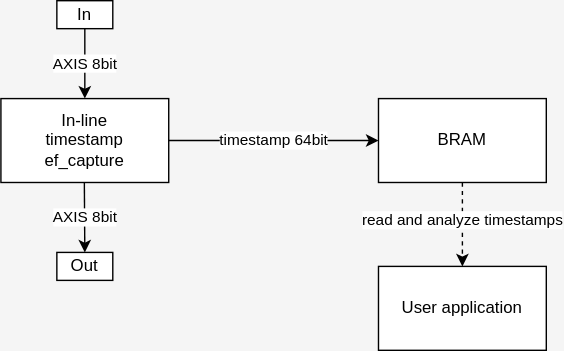
Earlier version of the draw.io export docs/ef_capture/img/throughput_measurement_diagram.drawio.svg (CCIRT/aist-tsn-efcc). Source tidied: cells renumbered, new cells last; positions are measured from the earlier drawing's top-left corner, leaving out a move shared by most shapes. Its diagram source:
```xml
<mxGraphModel background="#F5F5F5">
  <root>
    <mxCell id="0" />
    <mxCell id="1" parent="0" />
    <mxCell id="2" value="In-line&lt;br&gt;timestamp&lt;br&gt;recorder" style="rounded=0;whiteSpace=wrap;html=1;" parent="1" vertex="1">
      <mxGeometry y="70" width="120" height="60" as="geometry" />
    </mxCell>
    <mxCell id="3" value="AXIS 8bit" style="endArrow=classic;html=1;rounded=0;entryX=0.5;entryY=0;entryDx=0;entryDy=0;startArrow=none;" parent="1" edge="1" source="10" target="2">
      <mxGeometry relative="1" as="geometry">
        <Array as="points">
          <mxPoint x="60" y="20" />
        </Array>
      </mxGeometry>
    </mxCell>
    <mxCell id="4" value="AXIS 8bit" style="endArrow=classic;html=1;rounded=0;entryX=0.5;entryY=0;entryDx=0;entryDy=0;" parent="1" edge="1">
      <mxGeometry relative="1" as="geometry">
        <mxPoint x="59.7" y="130" as="sourcePoint" />
        <mxPoint x="60" y="180" as="targetPoint" />
      </mxGeometry>
    </mxCell>
    <mxCell id="5" value="BRAM" style="rounded=0;whiteSpace=wrap;html=1;" parent="1" vertex="1">
      <mxGeometry x="270" y="70" width="120" height="60" as="geometry" />
    </mxCell>
    <mxCell id="6" value="timestamp 64bit" style="endArrow=classic;html=1;exitX=1;exitY=0.5;exitDx=0;exitDy=0;entryX=0;entryY=0.5;entryDx=0;entryDy=0;" parent="1" edge="1" source="2" target="5">
      <mxGeometry relative="1" as="geometry">
        <Array as="points">
          <mxPoint x="200" y="100" />
        </Array>
      </mxGeometry>
    </mxCell>
    <mxCell id="7" value="User application" style="rounded=0;whiteSpace=wrap;html=1;" parent="1" vertex="1">
      <mxGeometry x="270" y="190" width="120" height="60" as="geometry" />
    </mxCell>
    <mxCell id="8" value="read and analyze timestamps" style="endArrow=classic;html=1;exitX=0.5;exitY=1;exitDx=0;exitDy=0;entryX=0.5;entryY=0;entryDx=0;entryDy=0;dashed=1;" parent="1" edge="1" source="5" target="7">
      <mxGeometry x="-0.11" relative="1" as="geometry" />
    </mxCell>
    <mxCell id="9" value="Out" style="rounded=0;whiteSpace=wrap;html=1;" parent="1" vertex="1">
      <mxGeometry x="40" y="180" width="40" height="20" as="geometry" />
    </mxCell>
    <mxCell id="10" value="In" style="rounded=0;whiteSpace=wrap;html=1;" parent="1" vertex="1">
      <mxGeometry x="40" width="40" height="20" as="geometry" />
    </mxCell>
  </root>
</mxGraphModel>
```
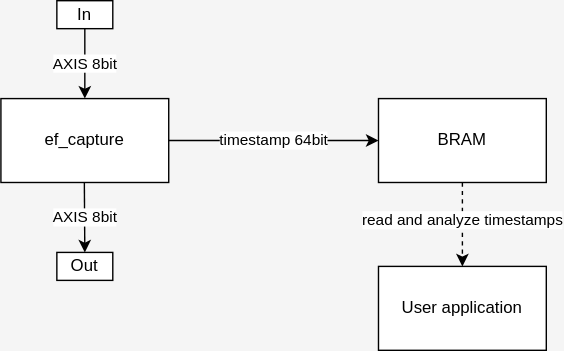
After the change.

Diff of the diagram source:
```diff
@@ -2,7 +2,7 @@
   <root>
     <mxCell id="0" />
     <mxCell id="1" parent="0" />
-    <mxCell id="2" value="In-line&lt;br&gt;timestamp&lt;br&gt;recorder" style="rounded=0;whiteSpace=wrap;html=1;" parent="1" vertex="1">
+    <mxCell id="2" value="ef_capture" style="rounded=0;whiteSpace=wrap;html=1;" parent="1" vertex="1">
       <mxGeometry y="70" width="120" height="60" as="geometry" />
     </mxCell>
     <mxCell id="3" value="AXIS 8bit" style="endArrow=classic;html=1;rounded=0;entryX=0.5;entryY=0;entryDx=0;entryDy=0;startArrow=none;" parent="1" edge="1" source="10" target="2">
```
